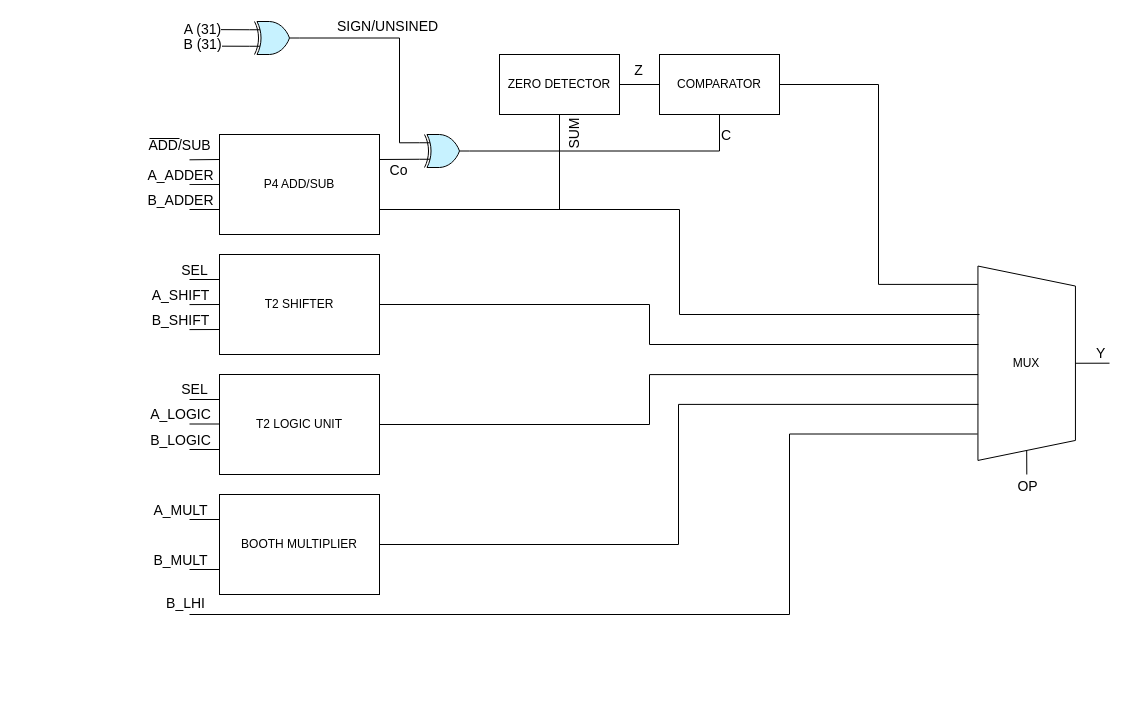
Earlier version of the draw.io diagram diagrams/alu.drawio (gabrielganzer/DLX-Microprocessor). Source tidied: cells renumbered, new cells numbered last; positions are measured from the earlier drawing's top-left corner, leaving out a move shared by most shapes. Both pictures are drawn from the tidied source at 100%, with x=0, y=0 at pixel (149, 21).
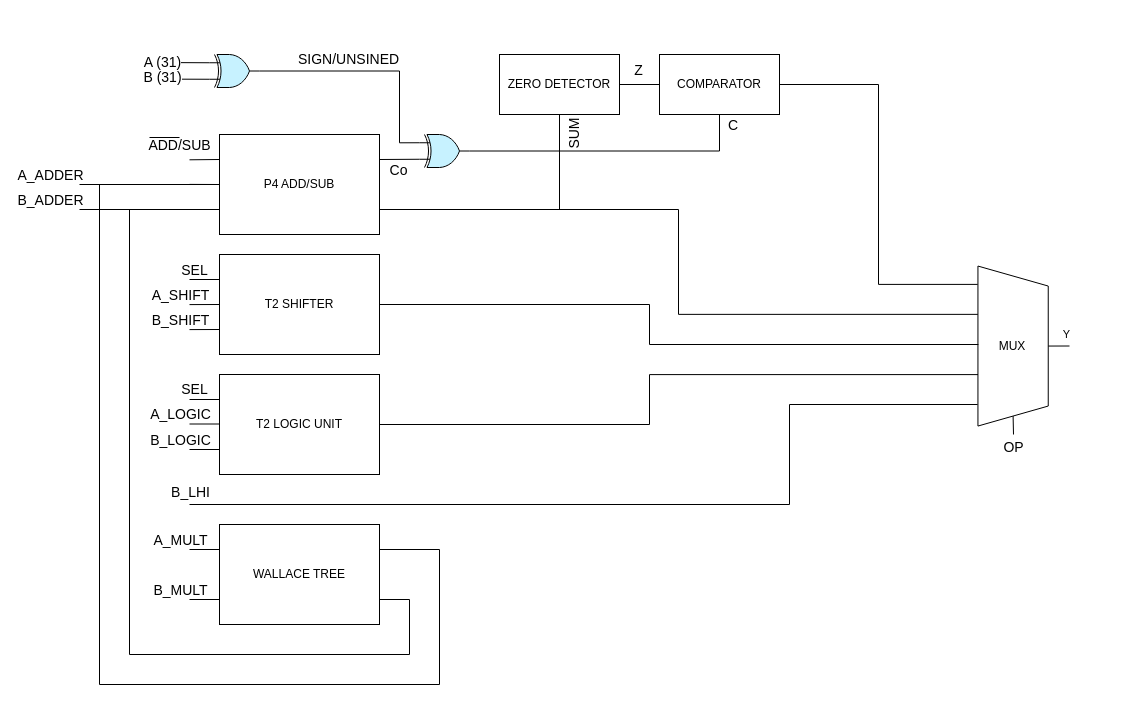
The same page after the edit.

The change refers to these unchanged cells:
```xml
<mxCell id="9" style="edgeStyle=none;rounded=0;jumpSize=6;jettySize=auto;html=1;exitX=0;exitY=0.5;exitDx=0;exitDy=0;endArrow=none;endFill=0;strokeWidth=1;" parent="1" edge="1" source="12">
  <mxGeometry relative="1" as="geometry">
    <mxPoint x="40" y="162.9" as="targetPoint" />
  </mxGeometry>
</mxCell>
<mxCell id="12" value="P4 ADD/SUB" style="rounded=0;whiteSpace=wrap;html=1;fillColor=none;" parent="1" vertex="1">
  <mxGeometry x="70" y="113" width="160" height="100" as="geometry" />
</mxCell>
<mxCell id="40" style="edgeStyle=orthogonalEdgeStyle;rounded=0;jumpSize=6;jettySize=auto;html=1;exitX=1;exitY=0.5;exitDx=0;exitDy=0;exitPerimeter=0;entryX=0.5;entryY=1;entryDx=0;entryDy=0;endArrow=none;endFill=0;strokeWidth=1;" parent="1" edge="1" source="42" target="28">
  <mxGeometry relative="1" as="geometry" />
</mxCell>
<mxCell id="42" style="verticalLabelPosition=bottom;shadow=0;dashed=0;align=center;html=1;verticalAlign=top;shape=mxgraph.electrical.logic_gates.logic_gate;operation=xor;fillColor=#C7F2FF;" parent="1" vertex="1">
  <mxGeometry x="270" y="113" width="50" height="33" as="geometry" />
</mxCell>
```

What changed in the source:
```diff
@@
-    <mxCell id="4" style="edgeStyle=elbowEdgeStyle;rounded=0;jettySize=auto;html=1;exitX=1;exitY=0.75;exitDx=0;exitDy=0;endArrow=none;endFill=0;strokeWidth=1;jumpSize=6;" parent="1" edge="1" source="12">
-      <mxGeometry relative="1" as="geometry">
-        <mxPoint x="830" y="293" as="targetPoint" />
-      </mxGeometry>
+    <mxCell id="4" style="edgeStyle=elbowEdgeStyle;rounded=0;jettySize=auto;html=1;exitX=1;exitY=0.75;exitDx=0;exitDy=0;endArrow=none;endFill=0;strokeWidth=1;jumpSize=6;entryX=0.302;entryY=1.001;entryDx=0;entryDy=0;entryPerimeter=0;" parent="1" edge="1" source="12" target="39">
+      <mxGeometry relative="1" as="geometry" />
     </mxCell>
@@
     <mxCell id="10" value="A_ADDER" style="edgeLabel;html=1;align=center;verticalAlign=middle;fontSize=14;" parent="9" vertex="1">
       <mxGeometry x="0.76" y="-2" relative="1" as="geometry">
-        <mxPoint x="-13.6" y="-7.9" as="offset" />
+        <mxPoint x="-143.8" y="-7.9" as="offset" />
       </mxGeometry>
     </mxCell>
@@
+    <mxCell id="59" style="edgeStyle=orthogonalEdgeStyle;rounded=0;jettySize=auto;html=1;exitX=0;exitY=0.5;exitDx=0;exitDy=0;endArrow=none;endFill=0;" parent="1" edge="1" source="12">
+      <mxGeometry relative="1" as="geometry">
+        <mxPoint x="-70" y="163" as="targetPoint" />
+      </mxGeometry>
+    </mxCell>
+    <mxCell id="60" style="edgeStyle=orthogonalEdgeStyle;rounded=0;jettySize=auto;html=1;exitX=0;exitY=0.75;exitDx=0;exitDy=0;endArrow=none;endFill=0;" parent="1" edge="1" source="12">
+      <mxGeometry relative="1" as="geometry">
+        <mxPoint x="-70" y="188" as="targetPoint" />
+      </mxGeometry>
+    </mxCell>
@@
-    <mxCell id="29" style="edgeStyle=elbowEdgeStyle;rounded=0;jettySize=auto;html=1;exitX=1;exitY=0.5;exitDx=0;exitDy=0;entryX=0.812;entryY=0.994;entryDx=0;entryDy=0;entryPerimeter=0;endArrow=none;endFill=0;strokeWidth=1;jumpSize=6;" parent="1" edge="1" source="32">
-      <mxGeometry relative="1" as="geometry">
-        <mxPoint x="828.9" y="382.9" as="targetPoint" />
-      </mxGeometry>
-    </mxCell>
     <mxCell id="30" style="edgeStyle=orthogonalEdgeStyle;rounded=0;jumpSize=6;jettySize=auto;html=1;exitX=0;exitY=0.25;exitDx=0;exitDy=0;endArrow=none;endFill=0;strokeWidth=1;" parent="1" edge="1" source="32">
       <mxGeometry relative="1" as="geometry">
-        <mxPoint x="40" y="498.2" as="targetPoint" />
+        <mxPoint x="40" y="528.2" as="targetPoint" />
       </mxGeometry>
     </mxCell>
     <mxCell id="31" style="edgeStyle=orthogonalEdgeStyle;rounded=0;jumpSize=6;jettySize=auto;html=1;exitX=0;exitY=0.75;exitDx=0;exitDy=0;endArrow=none;endFill=0;strokeWidth=1;" parent="1" edge="1" source="32">
       <mxGeometry relative="1" as="geometry">
-        <mxPoint x="40" y="548.2" as="targetPoint" />
+        <mxPoint x="40" y="578.2" as="targetPoint" />
       </mxGeometry>
     </mxCell>
+    <mxCell id="61" style="edgeStyle=orthogonalEdgeStyle;rounded=0;jettySize=auto;html=1;exitX=1;exitY=0.75;exitDx=0;exitDy=0;entryX=0;entryY=0.75;entryDx=0;entryDy=0;endArrow=none;endFill=0;" parent="1" edge="1" source="32" target="12">
+      <mxGeometry relative="1" as="geometry">
+        <Array as="points">
+          <mxPoint x="260" y="578" />
+          <mxPoint x="260" y="633" />
+          <mxPoint x="-20" y="633" />
+          <mxPoint x="-20" y="188" />
+        </Array>
+      </mxGeometry>
+    </mxCell>
+    <mxCell id="62" style="edgeStyle=orthogonalEdgeStyle;rounded=0;jettySize=auto;html=1;exitX=1;exitY=0.25;exitDx=0;exitDy=0;entryX=0;entryY=0.5;entryDx=0;entryDy=0;endArrow=none;endFill=0;" parent="1" edge="1" source="32" target="12">
+      <mxGeometry relative="1" as="geometry">
+        <Array as="points">
+          <mxPoint x="290" y="528" />
+          <mxPoint x="290" y="663" />
+          <mxPoint x="-50" y="663" />
+          <mxPoint x="-50" y="163" />
+        </Array>
+      </mxGeometry>
+    </mxCell>
-    <mxCell id="32" value="BOOTH MULTIPLIER" style="rounded=0;whiteSpace=wrap;html=1;fillColor=none;" parent="1" vertex="1">
-      <mxGeometry x="70" y="473" width="160" height="100" as="geometry" />
+    <mxCell id="32" value="WALLACE TREE" style="rounded=0;whiteSpace=wrap;html=1;fillColor=none;" parent="1" vertex="1">
+      <mxGeometry x="70" y="503" width="160" height="100" as="geometry" />
     </mxCell>
     <mxCell id="33" style="edgeStyle=elbowEdgeStyle;rounded=0;orthogonalLoop=1;jettySize=auto;html=1;entryX=0.938;entryY=1.005;entryDx=0;entryDy=0;entryPerimeter=0;endArrow=none;endFill=0;strokeWidth=1;jumpSize=6;" parent="1" edge="1">
       <mxGeometry relative="1" as="geometry">
-        <mxPoint x="40" y="593" as="sourcePoint" />
-        <mxPoint x="828.1" y="412.5" as="targetPoint" />
+        <mxPoint x="40" y="483" as="sourcePoint" />
+        <mxPoint x="828.1" y="383" as="targetPoint" />
         <Array as="points">
-          <mxPoint x="640" y="403" />
-          <mxPoint x="680" y="483" />
-          <mxPoint x="760" y="713" />
-          <mxPoint x="700" y="543" />
-          <mxPoint x="560" y="693" />
+          <mxPoint x="640" y="373.5" />
+          <mxPoint x="680" y="453.5" />
+          <mxPoint x="760" y="683.5" />
+          <mxPoint x="700" y="513.5" />
+          <mxPoint x="560" y="663.5" />
         </Array>
       </mxGeometry>
     </mxCell>
     <mxCell id="34" value="B_LHI" style="edgeLabel;html=1;align=center;verticalAlign=middle;fontSize=14;" parent="33" vertex="1">
       <mxGeometry x="0.25" y="598" relative="1" as="geometry">
-        <mxPoint x="-7" y="-6.9" as="offset" />
+        <mxPoint x="-554.3" y="585" as="offset" />
       </mxGeometry>
     </mxCell>
-    <mxCell id="35" style="edgeStyle=none;rounded=0;jumpSize=6;jettySize=auto;html=1;exitX=0.5;exitY=0;exitDx=0;exitDy=0;endArrow=none;endFill=0;strokeWidth=1;" parent="1" edge="1" source="39">
-      <mxGeometry relative="1" as="geometry">
-        <mxPoint x="960" y="341.7" as="targetPoint" />
-      </mxGeometry>
-    </mxCell>
-    <mxCell id="36" value="Y" style="edgeLabel;html=1;align=left;verticalAlign=bottom;labelPosition=right;verticalLabelPosition=top;fontSize=14;" parent="35" vertex="1">
-      <mxGeometry x="0.1" relative="1" as="geometry" />
-    </mxCell>
     <mxCell id="37" style="edgeStyle=none;rounded=0;jumpSize=6;jettySize=auto;html=1;exitX=1;exitY=0.5;exitDx=0;exitDy=0;endArrow=none;endFill=0;strokeWidth=1;" parent="1" edge="1" source="39">
       <mxGeometry relative="1" as="geometry">
-        <mxPoint x="877.3" y="453" as="targetPoint" />
+        <mxPoint x="864" y="413" as="targetPoint" />
       </mxGeometry>
     </mxCell>
@@
+    <mxCell id="63" style="edgeStyle=orthogonalEdgeStyle;rounded=0;jettySize=auto;html=1;exitX=0.5;exitY=0;exitDx=0;exitDy=0;endArrow=none;endFill=0;" parent="1" edge="1" source="39">
+      <mxGeometry relative="1" as="geometry">
+        <mxPoint x="920" y="324.6" as="targetPoint" />
+      </mxGeometry>
+    </mxCell>
+    <mxCell id="36" value="Y" style="edgeLabel;html=1;align=center;verticalAlign=middle;" parent="63" vertex="1">
+      <mxGeometry x="0.32" relative="1" as="geometry">
+        <mxPoint x="4" y="-11.6" as="offset" />
+      </mxGeometry>
+    </mxCell>
     <mxCell id="39" value="MUX" style="shape=trapezoid;perimeter=trapezoidPerimeter;whiteSpace=wrap;html=1;fixedSize=1;rotation=90;fillColor=none;verticalAlign=middle;labelPosition=center;verticalLabelPosition=middle;align=center;horizontal=0;" parent="1" vertex="1">
-      <mxGeometry x="780" y="293" width="194.4" height="97.5" as="geometry" />
+      <mxGeometry x="783.6" y="289.4" width="160" height="70.3" as="geometry" />
     </mxCell>
@@
     <mxCell id="41" value="C" style="edgeLabel;html=1;align=left;verticalAlign=bottom;fontSize=14;horizontal=1;labelPosition=right;verticalLabelPosition=top;" parent="40" vertex="1">
       <mxGeometry x="0.88" relative="1" as="geometry">
-        <mxPoint y="13.5" as="offset" />
+        <mxPoint x="7" y="3.5" as="offset" />
       </mxGeometry>
     </mxCell>
@@
     <mxCell id="43" style="edgeStyle=orthogonalEdgeStyle;rounded=0;jumpSize=6;jettySize=auto;html=1;exitX=1;exitY=0.5;exitDx=0;exitDy=0;exitPerimeter=0;entryX=0;entryY=0.25;entryDx=0;entryDy=0;entryPerimeter=0;endArrow=none;endFill=0;strokeWidth=1;" parent="1" edge="1" source="49" target="42">
       <mxGeometry relative="1" as="geometry">
         <Array as="points">
-          <mxPoint x="250" y="17" />
+          <mxPoint x="250" y="50" />
           <mxPoint x="250" y="121" />
         </Array>
       </mxGeometry>
     </mxCell>
@@
-    <mxCell id="45" style="edgeStyle=none;rounded=0;jumpSize=6;jettySize=auto;html=1;exitX=0;exitY=0.75;exitDx=0;exitDy=0;exitPerimeter=0;endArrow=none;endFill=0;strokeWidth=1;" parent="1" edge="1" source="49">
-      <mxGeometry relative="1" as="geometry">
-        <mxPoint x="40" y="24.6" as="targetPoint" />
-      </mxGeometry>
-    </mxCell>
-    <mxCell id="46" value="B (31)" style="edgeLabel;html=1;align=center;verticalAlign=middle;fontSize=14;" parent="45" vertex="1">
-      <mxGeometry x="0.6" y="-2" relative="1" as="geometry" />
-    </mxCell>
-    <mxCell id="47" style="edgeStyle=none;rounded=0;jumpSize=6;jettySize=auto;html=1;exitX=0;exitY=0.25;exitDx=0;exitDy=0;exitPerimeter=0;endArrow=none;endFill=0;strokeWidth=1;" parent="1" edge="1" source="49">
-      <mxGeometry relative="1" as="geometry">
-        <mxPoint x="40" y="8" as="targetPoint" />
-      </mxGeometry>
-    </mxCell>
-    <mxCell id="48" value="A (31)" style="edgeLabel;html=1;align=center;verticalAlign=middle;fontSize=14;labelPosition=center;verticalLabelPosition=middle;" parent="47" vertex="1">
-      <mxGeometry x="0.6" y="-1" relative="1" as="geometry" />
-    </mxCell>
-    <mxCell id="49" style="verticalLabelPosition=bottom;shadow=0;dashed=0;align=center;html=1;verticalAlign=top;shape=mxgraph.electrical.logic_gates.logic_gate;operation=xor;fillColor=#C7F2FF;" parent="1" vertex="1">
-      <mxGeometry x="100" width="50" height="33" as="geometry" />
-    </mxCell>
     <mxCell id="50" style="edgeStyle=none;rounded=0;jumpSize=6;orthogonalLoop=1;jettySize=auto;html=1;endArrow=none;endFill=0;strokeWidth=1;startSize=6;endSize=3;" parent="1" edge="1">
       <mxGeometry relative="1" as="geometry">
-        <mxPoint x="30" y="117" as="sourcePoint" />
-        <mxPoint y="117" as="targetPoint" />
+        <mxPoint x="30" y="116" as="sourcePoint" />
+        <mxPoint y="116" as="targetPoint" />
       </mxGeometry>
     </mxCell>
     <mxCell id="51" value="B_ADDER" style="edgeLabel;html=1;align=center;verticalAlign=middle;fontSize=14;" parent="1" vertex="1">
-      <mxGeometry x="30" y="178" as="geometry" />
+      <mxGeometry x="-100" y="178" as="geometry" />
     </mxCell>
@@
     <mxCell id="54" value="A_MULT" style="edgeLabel;html=1;align=center;verticalAlign=middle;fontSize=14;" parent="1" vertex="1">
-      <mxGeometry x="30" y="488" as="geometry" />
+      <mxGeometry x="30" y="518" as="geometry" />
     </mxCell>
     <mxCell id="55" value="B_MULT" style="edgeLabel;html=1;align=center;verticalAlign=middle;fontSize=14;" parent="1" vertex="1">
-      <mxGeometry x="30" y="538" as="geometry" />
+      <mxGeometry x="30" y="568" as="geometry" />
     </mxCell>
@@
+    <mxCell id="64" style="group;" parent="1" vertex="1">
+      <mxGeometry y="33" width="110" height="33" as="geometry" />
+    </mxCell>
+    <mxCell id="45" style="edgeStyle=none;rounded=0;jumpSize=6;jettySize=auto;html=1;exitX=0;exitY=0.75;exitDx=0;exitDy=0;exitPerimeter=0;endArrow=none;endFill=0;strokeWidth=1;" parent="64" edge="1" source="49">
+      <mxGeometry relative="1" as="geometry">
+        <mxPoint y="24.6" as="targetPoint" />
+      </mxGeometry>
+    </mxCell>
+    <mxCell id="46" value="B (31)" style="edgeLabel;html=1;align=center;verticalAlign=middle;fontSize=14;" parent="45" vertex="1">
+      <mxGeometry x="0.6" y="-2" relative="1" as="geometry" />
+    </mxCell>
+    <mxCell id="47" style="edgeStyle=none;rounded=0;jumpSize=6;jettySize=auto;html=1;exitX=0;exitY=0.25;exitDx=0;exitDy=0;exitPerimeter=0;endArrow=none;endFill=0;strokeWidth=1;" parent="64" edge="1" source="49">
+      <mxGeometry relative="1" as="geometry">
+        <mxPoint y="8" as="targetPoint" />
+      </mxGeometry>
+    </mxCell>
+    <mxCell id="48" value="A (31)" style="edgeLabel;html=1;align=center;verticalAlign=middle;fontSize=14;labelPosition=center;verticalLabelPosition=middle;" parent="47" vertex="1">
+      <mxGeometry x="0.6" y="-1" relative="1" as="geometry" />
+    </mxCell>
+    <mxCell id="49" style="verticalLabelPosition=bottom;shadow=0;dashed=0;align=center;html=1;verticalAlign=top;shape=mxgraph.electrical.logic_gates.logic_gate;operation=xor;fillColor=#C7F2FF;" parent="64" vertex="1">
+      <mxGeometry x="60" width="50" height="33" as="geometry" />
+    </mxCell>
```
